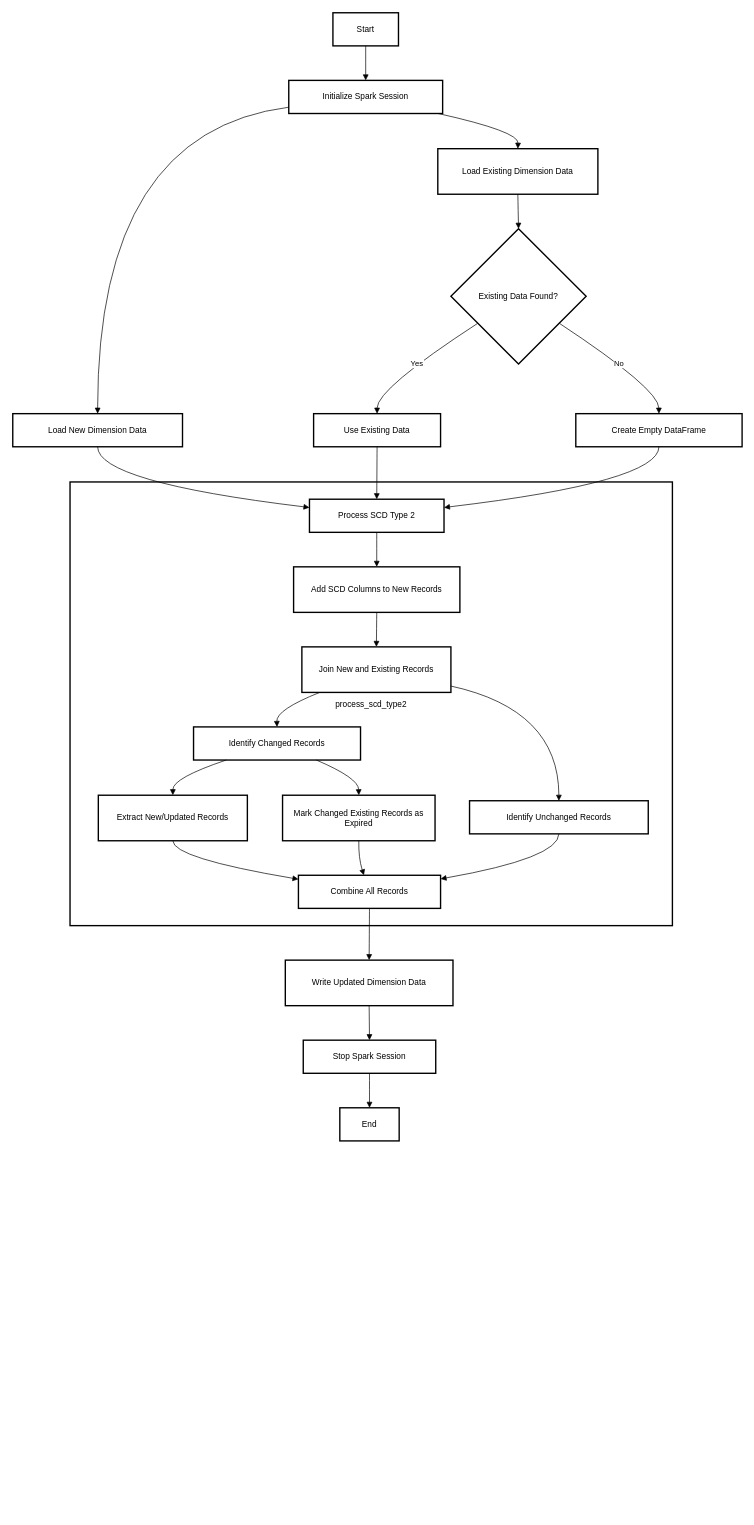
Earlier version of the draw.io diagram flowchart/SCD_type2.drawio (Ray-pmt/microfinance-data-engineering-fabric-spark). Source tidied: cells renumbered, new cells numbered last; positions are measured from the earlier drawing's top-left corner, leaving out a move shared by most shapes. Both pictures are drawn from the tidied source at 69%, with x=0, y=0 at pixel (12, 12).
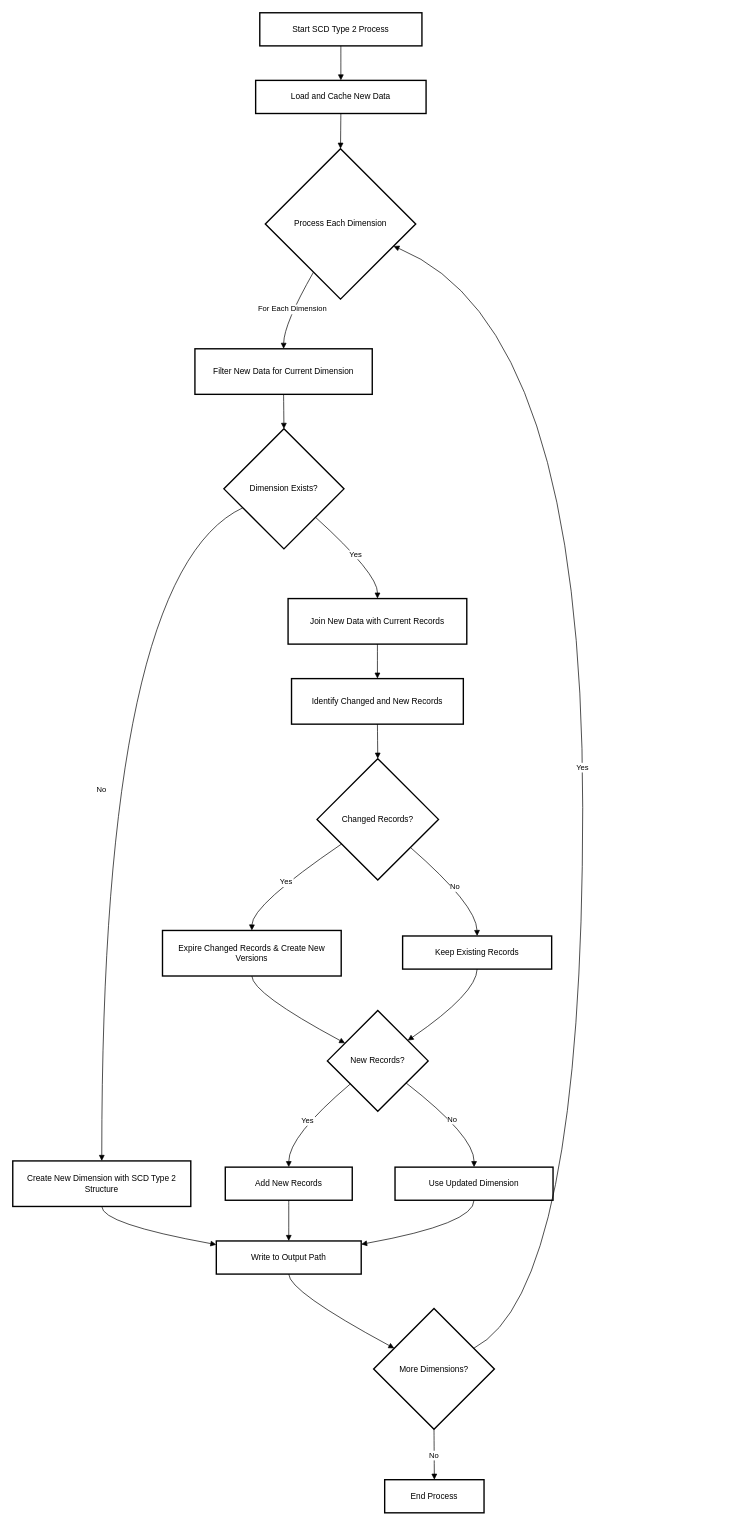
Above is the later version.

Diff of the diagram source:
```diff
@@
-    <mxCell id="2" value="process_scd_type2" style="whiteSpace=wrap;strokeWidth=2;" parent="1" vertex="1">
-      <mxGeometry x="83" y="680" width="873" height="643" as="geometry" />
-    </mxCell>
-    <mxCell id="3" value="Start" style="whiteSpace=wrap;strokeWidth=2;" parent="1" vertex="1">
-      <mxGeometry x="464" width="95" height="48" as="geometry" />
-    </mxCell>
-    <mxCell id="4" value="Initialize Spark Session" style="whiteSpace=wrap;strokeWidth=2;" parent="1" vertex="1">
-      <mxGeometry x="400" y="98" width="223" height="48" as="geometry" />
-    </mxCell>
-    <mxCell id="5" value="Load New Dimension Data" style="whiteSpace=wrap;strokeWidth=2;" parent="1" vertex="1">
-      <mxGeometry y="581" width="246" height="48" as="geometry" />
-    </mxCell>
-    <mxCell id="6" value="Load Existing Dimension Data" style="whiteSpace=wrap;strokeWidth=2;" parent="1" vertex="1">
-      <mxGeometry x="616" y="197" width="232" height="66" as="geometry" />
-    </mxCell>
-    <mxCell id="7" value="Existing Data Found?" style="rhombus;strokeWidth=2;whiteSpace=wrap;" parent="1" vertex="1">
-      <mxGeometry x="635" y="313" width="196" height="196" as="geometry" />
-    </mxCell>
-    <mxCell id="8" value="Use Existing Data" style="whiteSpace=wrap;strokeWidth=2;" parent="1" vertex="1">
-      <mxGeometry x="436" y="581" width="184" height="48" as="geometry" />
-    </mxCell>
-    <mxCell id="9" value="Create Empty DataFrame" style="whiteSpace=wrap;strokeWidth=2;" parent="1" vertex="1">
-      <mxGeometry x="816" y="581" width="241" height="48" as="geometry" />
-    </mxCell>
-    <mxCell id="10" value="Process SCD Type 2" style="whiteSpace=wrap;strokeWidth=2;" parent="1" vertex="1">
-      <mxGeometry x="430" y="705" width="195" height="48" as="geometry" />
-    </mxCell>
-    <mxCell id="11" value="Add SCD Columns to New Records" style="whiteSpace=wrap;strokeWidth=2;" parent="1" vertex="1">
-      <mxGeometry x="407" y="803" width="241" height="66" as="geometry" />
-    </mxCell>
-    <mxCell id="12" value="Join New and Existing Records" style="whiteSpace=wrap;strokeWidth=2;" parent="1" vertex="1">
-      <mxGeometry x="419" y="919" width="216" height="66" as="geometry" />
-    </mxCell>
-    <mxCell id="13" value="Identify Changed Records" style="whiteSpace=wrap;strokeWidth=2;" parent="1" vertex="1">
-      <mxGeometry x="262" y="1035" width="242" height="48" as="geometry" />
-    </mxCell>
-    <mxCell id="14" value="Extract New/Updated Records" style="whiteSpace=wrap;strokeWidth=2;" parent="1" vertex="1">
-      <mxGeometry x="124" y="1134" width="216" height="66" as="geometry" />
-    </mxCell>
-    <mxCell id="15" value="Mark Changed Existing Records as Expired" style="whiteSpace=wrap;strokeWidth=2;" parent="1" vertex="1">
-      <mxGeometry x="391" y="1134" width="221" height="66" as="geometry" />
-    </mxCell>
-    <mxCell id="16" value="Identify Unchanged Records" style="whiteSpace=wrap;strokeWidth=2;" parent="1" vertex="1">
-      <mxGeometry x="662" y="1142" width="259" height="48" as="geometry" />
-    </mxCell>
-    <mxCell id="17" value="Combine All Records" style="whiteSpace=wrap;strokeWidth=2;" parent="1" vertex="1">
-      <mxGeometry x="414" y="1250" width="206" height="48" as="geometry" />
-    </mxCell>
-    <mxCell id="18" value="Write Updated Dimension Data" style="whiteSpace=wrap;strokeWidth=2;" parent="1" vertex="1">
-      <mxGeometry x="395" y="1373" width="243" height="66" as="geometry" />
-    </mxCell>
-    <mxCell id="19" value="Stop Spark Session" style="whiteSpace=wrap;strokeWidth=2;" parent="1" vertex="1">
-      <mxGeometry x="421" y="1489" width="192" height="48" as="geometry" />
-    </mxCell>
-    <mxCell id="20" value="End" style="whiteSpace=wrap;strokeWidth=2;" parent="1" vertex="1">
-      <mxGeometry x="474" y="1587" width="86" height="48" as="geometry" />
-    </mxCell>
-    <mxCell id="21" style="curved=1;startArrow=none;endArrow=block;exitX=0.5;exitY=1.01;entryX=0.5;entryY=0.01;rounded=0;" parent="1" edge="1" source="3" target="4">
-      <mxGeometry relative="1" as="geometry" />
-    </mxCell>
-    <mxCell id="22" style="curved=1;startArrow=none;endArrow=block;exitX=0;exitY=0.81;entryX=0.5;entryY=0.01;rounded=0;" parent="1" edge="1" source="4" target="5">
-      <mxGeometry relative="1" as="geometry">
-        <Array as="points">
-          <mxPoint x="123" y="172" />
-        </Array>
-      </mxGeometry>
-    </mxCell>
-    <mxCell id="23" style="curved=1;startArrow=none;endArrow=block;exitX=0.99;exitY=1.02;entryX=0.5;entryY=0;rounded=0;" parent="1" edge="1" source="4" target="6">
-      <mxGeometry relative="1" as="geometry">
-        <Array as="points">
-          <mxPoint x="733" y="172" />
-        </Array>
-      </mxGeometry>
-    </mxCell>
-    <mxCell id="24" style="curved=1;startArrow=none;endArrow=block;exitX=0.5;exitY=1;entryX=0.5;entryY=0;rounded=0;" parent="1" edge="1" source="6" target="7">
-      <mxGeometry relative="1" as="geometry" />
-    </mxCell>
-    <mxCell id="25" value="Yes" style="curved=1;startArrow=none;endArrow=block;exitX=0;exitY=0.83;entryX=0.5;entryY=0.01;rounded=0;" parent="1" edge="1" source="7" target="8">
-      <mxGeometry relative="1" as="geometry">
-        <Array as="points">
-          <mxPoint x="528" y="545" />
-        </Array>
-      </mxGeometry>
-    </mxCell>
-    <mxCell id="26" value="No" style="curved=1;startArrow=none;endArrow=block;exitX=1;exitY=0.83;entryX=0.5;entryY=0.01;rounded=0;" parent="1" edge="1" source="7" target="9">
-      <mxGeometry relative="1" as="geometry">
-        <Array as="points">
-          <mxPoint x="936" y="545" />
-        </Array>
-      </mxGeometry>
-    </mxCell>
-    <mxCell id="27" style="curved=1;startArrow=none;endArrow=block;exitX=0.5;exitY=1.01;entryX=0;entryY=0.25;rounded=0;" parent="1" edge="1" source="5" target="10">
-      <mxGeometry relative="1" as="geometry">
-        <Array as="points">
-          <mxPoint x="123" y="680" />
-        </Array>
-      </mxGeometry>
-    </mxCell>
-    <mxCell id="28" style="curved=1;startArrow=none;endArrow=block;exitX=0.5;exitY=1.01;entryX=0.5;entryY=-0.01;rounded=0;" parent="1" edge="1" source="8" target="10">
-      <mxGeometry relative="1" as="geometry" />
-    </mxCell>
-    <mxCell id="29" style="curved=1;startArrow=none;endArrow=block;exitX=0.5;exitY=1.01;entryX=1;entryY=0.25;rounded=0;" parent="1" edge="1" source="9" target="10">
-      <mxGeometry relative="1" as="geometry">
-        <Array as="points">
-          <mxPoint x="936" y="680" />
-        </Array>
-      </mxGeometry>
-    </mxCell>
-    <mxCell id="30" style="curved=1;startArrow=none;endArrow=block;exitX=0.5;exitY=1;entryX=0.5;entryY=0;rounded=0;" parent="1" edge="1" source="10" target="11">
-      <mxGeometry relative="1" as="geometry" />
-    </mxCell>
-    <mxCell id="31" style="curved=1;startArrow=none;endArrow=block;exitX=0.5;exitY=1;entryX=0.5;entryY=0;rounded=0;" parent="1" edge="1" source="11" target="12">
-      <mxGeometry relative="1" as="geometry" />
-    </mxCell>
-    <mxCell id="32" style="curved=1;startArrow=none;endArrow=block;exitX=0.12;exitY=1;entryX=0.5;entryY=0;rounded=0;" parent="1" edge="1" source="12" target="13">
-      <mxGeometry relative="1" as="geometry">
-        <Array as="points">
-          <mxPoint x="382" y="1010" />
-        </Array>
-      </mxGeometry>
-    </mxCell>
-    <mxCell id="33" style="curved=1;startArrow=none;endArrow=block;exitX=0.19;exitY=1.01;entryX=0.5;entryY=-0.01;rounded=0;" parent="1" edge="1" source="13" target="14">
-      <mxGeometry relative="1" as="geometry">
-        <Array as="points">
-          <mxPoint x="232" y="1109" />
-        </Array>
-      </mxGeometry>
-    </mxCell>
-    <mxCell id="34" style="curved=1;startArrow=none;endArrow=block;exitX=0.74;exitY=1.01;entryX=0.5;entryY=-0.01;rounded=0;" parent="1" edge="1" source="13" target="15">
-      <mxGeometry relative="1" as="geometry">
-        <Array as="points">
-          <mxPoint x="501" y="1109" />
-        </Array>
-      </mxGeometry>
-    </mxCell>
-    <mxCell id="35" style="curved=1;startArrow=none;endArrow=block;exitX=1;exitY=0.86;entryX=0.5;entryY=0.01;rounded=0;" parent="1" edge="1" source="12" target="16">
-      <mxGeometry relative="1" as="geometry">
-        <Array as="points">
-          <mxPoint x="791" y="1010" />
-        </Array>
-      </mxGeometry>
-    </mxCell>
-    <mxCell id="36" style="curved=1;startArrow=none;endArrow=block;exitX=0.5;exitY=0.99;entryX=0;entryY=0.12;rounded=0;" parent="1" edge="1" source="14" target="17">
-      <mxGeometry relative="1" as="geometry">
-        <Array as="points">
-          <mxPoint x="232" y="1225" />
-        </Array>
-      </mxGeometry>
-    </mxCell>
-    <mxCell id="37" style="curved=1;startArrow=none;endArrow=block;exitX=0.5;exitY=0.99;entryX=0.46;entryY=-0.01;rounded=0;" parent="1" edge="1" source="15" target="17">
-      <mxGeometry relative="1" as="geometry">
-        <Array as="points">
-          <mxPoint x="501" y="1225" />
-        </Array>
-      </mxGeometry>
-    </mxCell>
-    <mxCell id="38" style="curved=1;startArrow=none;endArrow=block;exitX=0.5;exitY=1.01;entryX=1;entryY=0.11;rounded=0;" parent="1" edge="1" source="16" target="17">
-      <mxGeometry relative="1" as="geometry">
-        <Array as="points">
-          <mxPoint x="791" y="1225" />
-        </Array>
-      </mxGeometry>
-    </mxCell>
-    <mxCell id="39" style="curved=1;startArrow=none;endArrow=block;exitX=0.5;exitY=1;entryX=0.5;entryY=0;rounded=0;" parent="1" edge="1" source="17" target="18">
-      <mxGeometry relative="1" as="geometry" />
-    </mxCell>
-    <mxCell id="40" style="curved=1;startArrow=none;endArrow=block;exitX=0.5;exitY=1;entryX=0.5;entryY=0;rounded=0;" parent="1" edge="1" source="18" target="19">
-      <mxGeometry relative="1" as="geometry" />
-    </mxCell>
-    <mxCell id="41" style="curved=1;startArrow=none;endArrow=block;exitX=0.5;exitY=1.01;entryX=0.5;entryY=0.01;rounded=0;" parent="1" edge="1" source="19" target="20">
-      <mxGeometry relative="1" as="geometry" />
-    </mxCell>
+    <mxCell id="42" value="Start SCD Type 2 Process" style="whiteSpace=wrap;strokeWidth=2;" parent="1" vertex="1">
+      <mxGeometry x="358" width="235" height="48" as="geometry" />
+    </mxCell>
+    <mxCell id="43" value="Load and Cache New Data" style="whiteSpace=wrap;strokeWidth=2;" parent="1" vertex="1">
+      <mxGeometry x="352" y="98" width="247" height="48" as="geometry" />
+    </mxCell>
+    <mxCell id="44" value="Process Each Dimension" style="rhombus;strokeWidth=2;whiteSpace=wrap;" parent="1" vertex="1">
+      <mxGeometry x="366" y="197" width="218" height="218" as="geometry" />
+    </mxCell>
+    <mxCell id="45" value="Filter New Data for Current Dimension" style="whiteSpace=wrap;strokeWidth=2;" parent="1" vertex="1">
+      <mxGeometry x="264" y="487" width="257" height="66" as="geometry" />
+    </mxCell>
+    <mxCell id="46" value="Dimension Exists?" style="rhombus;strokeWidth=2;whiteSpace=wrap;" parent="1" vertex="1">
+      <mxGeometry x="306" y="603" width="174" height="174" as="geometry" />
+    </mxCell>
+    <mxCell id="47" value="Create New Dimension with SCD Type 2 Structure" style="whiteSpace=wrap;strokeWidth=2;" parent="1" vertex="1">
+      <mxGeometry y="1664" width="258" height="66" as="geometry" />
+    </mxCell>
+    <mxCell id="48" value="Write to Output Path" style="whiteSpace=wrap;strokeWidth=2;" parent="1" vertex="1">
+      <mxGeometry x="295" y="1780" width="210" height="48" as="geometry" />
+    </mxCell>
+    <mxCell id="49" value="Join New Data with Current Records" style="whiteSpace=wrap;strokeWidth=2;" parent="1" vertex="1">
+      <mxGeometry x="399" y="849" width="259" height="66" as="geometry" />
+    </mxCell>
+    <mxCell id="50" value="Identify Changed and New Records" style="whiteSpace=wrap;strokeWidth=2;" parent="1" vertex="1">
+      <mxGeometry x="404" y="965" width="249" height="66" as="geometry" />
+    </mxCell>
+    <mxCell id="51" value="Changed Records?" style="rhombus;strokeWidth=2;whiteSpace=wrap;" parent="1" vertex="1">
+      <mxGeometry x="441" y="1081" width="176" height="176" as="geometry" />
+    </mxCell>
+    <mxCell id="52" value="Expire Changed Records &amp; Create New Versions" style="whiteSpace=wrap;strokeWidth=2;" parent="1" vertex="1">
+      <mxGeometry x="217" y="1330" width="259" height="66" as="geometry" />
+    </mxCell>
+    <mxCell id="53" value="Keep Existing Records" style="whiteSpace=wrap;strokeWidth=2;" parent="1" vertex="1">
+      <mxGeometry x="565" y="1338" width="216" height="48" as="geometry" />
+    </mxCell>
+    <mxCell id="54" value="New Records?" style="rhombus;strokeWidth=2;whiteSpace=wrap;" parent="1" vertex="1">
+      <mxGeometry x="456" y="1446" width="146" height="146" as="geometry" />
+    </mxCell>
+    <mxCell id="55" value="Add New Records" style="whiteSpace=wrap;strokeWidth=2;" parent="1" vertex="1">
+      <mxGeometry x="308" y="1673" width="184" height="48" as="geometry" />
+    </mxCell>
+    <mxCell id="56" value="Use Updated Dimension" style="whiteSpace=wrap;strokeWidth=2;" parent="1" vertex="1">
+      <mxGeometry x="554" y="1673" width="229" height="48" as="geometry" />
+    </mxCell>
+    <mxCell id="57" value="More Dimensions?" style="rhombus;strokeWidth=2;whiteSpace=wrap;" parent="1" vertex="1">
+      <mxGeometry x="523" y="1878" width="175" height="175" as="geometry" />
+    </mxCell>
+    <mxCell id="58" value="End Process" style="whiteSpace=wrap;strokeWidth=2;" parent="1" vertex="1">
+      <mxGeometry x="539" y="2126" width="144" height="48" as="geometry" />
+    </mxCell>
+    <mxCell id="59" style="curved=1;startArrow=none;endArrow=block;exitX=0.5;exitY=1.01;entryX=0.5;entryY=0.01;rounded=0;" parent="1" edge="1" source="42" target="43">
+      <mxGeometry relative="1" as="geometry" />
+    </mxCell>
+    <mxCell id="60" style="curved=1;startArrow=none;endArrow=block;exitX=0.5;exitY=1.02;entryX=0.5;entryY=0;rounded=0;" parent="1" edge="1" source="43" target="44">
+      <mxGeometry relative="1" as="geometry" />
+    </mxCell>
+    <mxCell id="61" value="For Each Dimension" style="curved=1;startArrow=none;endArrow=block;exitX=0.22;exitY=1;entryX=0.5;entryY=0;rounded=0;" parent="1" edge="1" source="44" target="45">
+      <mxGeometry relative="1" as="geometry">
+        <Array as="points">
+          <mxPoint x="393" y="451" />
+        </Array>
+      </mxGeometry>
+    </mxCell>
+    <mxCell id="62" style="curved=1;startArrow=none;endArrow=block;exitX=0.5;exitY=1;entryX=0.5;entryY=0;rounded=0;" parent="1" edge="1" source="45" target="46">
+      <mxGeometry relative="1" as="geometry" />
+    </mxCell>
+    <mxCell id="63" value="No" style="curved=1;startArrow=none;endArrow=block;exitX=0;exitY=0.73;entryX=0.5;entryY=0;rounded=0;" parent="1" edge="1" source="46" target="47">
+      <mxGeometry relative="1" as="geometry">
+        <Array as="points">
+          <mxPoint x="129" y="813" />
+        </Array>
+      </mxGeometry>
+    </mxCell>
+    <mxCell id="64" style="curved=1;startArrow=none;endArrow=block;exitX=0.5;exitY=1;entryX=0;entryY=0.11;rounded=0;" parent="1" edge="1" source="47" target="48">
+      <mxGeometry relative="1" as="geometry">
+        <Array as="points">
+          <mxPoint x="129" y="1755" />
+        </Array>
+      </mxGeometry>
+    </mxCell>
+    <mxCell id="65" value="Yes" style="curved=1;startArrow=none;endArrow=block;exitX=1;exitY=0.95;entryX=0.5;entryY=0;rounded=0;" parent="1" edge="1" source="46" target="49">
+      <mxGeometry relative="1" as="geometry">
+        <Array as="points">
+          <mxPoint x="529" y="813" />
+        </Array>
+      </mxGeometry>
+    </mxCell>
+    <mxCell id="66" style="curved=1;startArrow=none;endArrow=block;exitX=0.5;exitY=1;entryX=0.5;entryY=0;rounded=0;" parent="1" edge="1" source="49" target="50">
+      <mxGeometry relative="1" as="geometry" />
+    </mxCell>
+    <mxCell id="67" style="curved=1;startArrow=none;endArrow=block;exitX=0.5;exitY=1;entryX=0.5;entryY=0;rounded=0;" parent="1" edge="1" source="50" target="51">
+      <mxGeometry relative="1" as="geometry" />
+    </mxCell>
+    <mxCell id="68" value="Yes" style="curved=1;startArrow=none;endArrow=block;exitX=0;exitY=0.84;entryX=0.5;entryY=-0.01;rounded=0;" parent="1" edge="1" source="51" target="52">
+      <mxGeometry relative="1" as="geometry">
+        <Array as="points">
+          <mxPoint x="347" y="1293" />
+        </Array>
+      </mxGeometry>
+    </mxCell>
+    <mxCell id="69" value="No" style="curved=1;startArrow=none;endArrow=block;exitX=1;exitY=0.93;entryX=0.5;entryY=0.01;rounded=0;" parent="1" edge="1" source="51" target="53">
+      <mxGeometry relative="1" as="geometry">
+        <Array as="points">
+          <mxPoint x="672" y="1293" />
+        </Array>
+      </mxGeometry>
+    </mxCell>
+    <mxCell id="70" style="curved=1;startArrow=none;endArrow=block;exitX=0.5;exitY=0.99;entryX=0;entryY=0.23;rounded=0;" parent="1" edge="1" source="52" target="54">
+      <mxGeometry relative="1" as="geometry">
+        <Array as="points">
+          <mxPoint x="347" y="1421" />
+        </Array>
+      </mxGeometry>
+    </mxCell>
+    <mxCell id="71" style="curved=1;startArrow=none;endArrow=block;exitX=0.5;exitY=1.02;entryX=1;entryY=0.16;rounded=0;" parent="1" edge="1" source="53" target="54">
+      <mxGeometry relative="1" as="geometry">
+        <Array as="points">
+          <mxPoint x="672" y="1421" />
+        </Array>
+      </mxGeometry>
+    </mxCell>
+    <mxCell id="72" value="Yes" style="curved=1;startArrow=none;endArrow=block;exitX=0;exitY=0.92;entryX=0.5;entryY=0;rounded=0;" parent="1" edge="1" source="54" target="55">
+      <mxGeometry relative="1" as="geometry">
+        <Array as="points">
+          <mxPoint x="400" y="1628" />
+        </Array>
+      </mxGeometry>
+    </mxCell>
+    <mxCell id="73" value="No" style="curved=1;startArrow=none;endArrow=block;exitX=1;exitY=0.89;entryX=0.5;entryY=0;rounded=0;" parent="1" edge="1" source="54" target="56">
+      <mxGeometry relative="1" as="geometry">
+        <Array as="points">
+          <mxPoint x="669" y="1628" />
+        </Array>
+      </mxGeometry>
+    </mxCell>
+    <mxCell id="74" style="curved=1;startArrow=none;endArrow=block;exitX=0.5;exitY=1;entryX=0.5;entryY=0;rounded=0;" parent="1" edge="1" source="55" target="48">
+      <mxGeometry relative="1" as="geometry" />
+    </mxCell>
+    <mxCell id="75" style="curved=1;startArrow=none;endArrow=block;exitX=0.5;exitY=1;entryX=1;entryY=0.1;rounded=0;" parent="1" edge="1" source="56" target="48">
+      <mxGeometry relative="1" as="geometry">
+        <Array as="points">
+          <mxPoint x="669" y="1755" />
+        </Array>
+      </mxGeometry>
+    </mxCell>
+    <mxCell id="76" style="curved=1;startArrow=none;endArrow=block;exitX=0.5;exitY=1.01;entryX=0;entryY=0.24;rounded=0;" parent="1" edge="1" source="48" target="57">
+      <mxGeometry relative="1" as="geometry">
+        <Array as="points">
+          <mxPoint x="400" y="1853" />
+        </Array>
+      </mxGeometry>
+    </mxCell>
+    <mxCell id="77" value="Yes" style="curved=1;startArrow=none;endArrow=block;exitX=1;exitY=0.24;entryX=1;entryY=0.71;rounded=0;" parent="1" edge="1" source="57" target="44">
+      <mxGeometry relative="1" as="geometry">
+        <Array as="points">
+          <mxPoint x="826" y="1853" />
+          <mxPoint x="826" y="451" />
+        </Array>
+      </mxGeometry>
+    </mxCell>
+    <mxCell id="78" value="No" style="curved=1;startArrow=none;endArrow=block;exitX=0.5;exitY=1;entryX=0.5;entryY=0;rounded=0;" parent="1" edge="1" source="57" target="58">
+      <mxGeometry relative="1" as="geometry" />
+    </mxCell>
```
